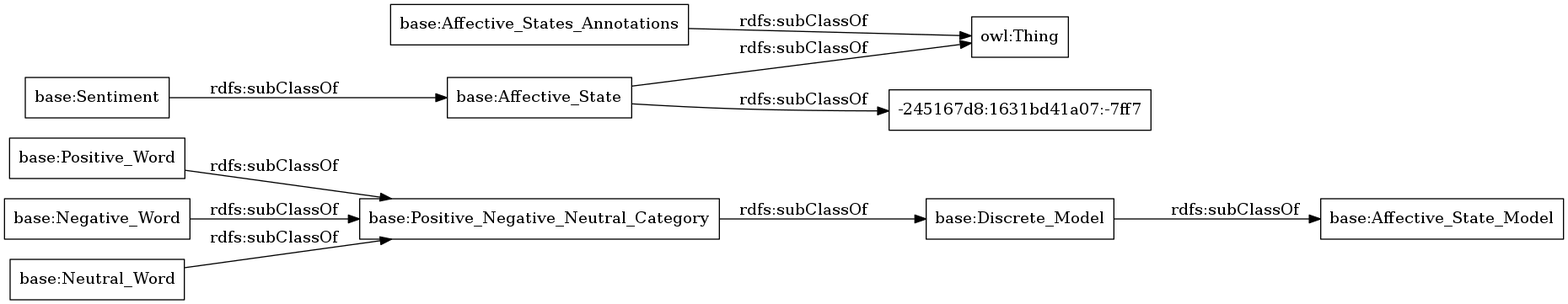
This is OnToology/Affectional.owl/diagrams/ar2dtool-taxonomy/Affectional.owl.png from rana-othman/HASIO-Modularization, a Graphviz export, as it was before one commit. Its source is kept beside it as OnToology/Affectional.owl/diagrams/ar2dtool-taxonomy/Affectional.owl.png.dot. The source it was exported from:
```dot
digraph ar2dtool_diagram {
rankdir=LR;
size="1000"
node [shape = rectangle, color="black"]; "base:Positive_Word" "-245167d8:1631bd41a07:-7ff7" "base:Discrete_Model" "base:Sentiment" "base:Affective_State_Model" "base:Positive_Negative_Neutral_Category" "base:Affective_States_Annotations" "base:Negative_Word" "base:Neutral_Word" "base:Affective_State" ; /*classes style*/
	"base:Affective_State" -> "-245167d8:1631bd41a07:-7ff7" [ label = "rdfs:subClassOf" ];
	"base:Affective_State" -> "owl:Thing" [ label = "rdfs:subClassOf" ];
	"base:Sentiment" -> "base:Affective_State" [ label = "rdfs:subClassOf" ];
	"base:Affective_States_Annotations" -> "owl:Thing" [ label = "rdfs:subClassOf" ];
	"base:Positive_Word" -> "base:Positive_Negative_Neutral_Category" [ label = "rdfs:subClassOf" ];
	"base:Negative_Word" -> "base:Positive_Negative_Neutral_Category" [ label = "rdfs:subClassOf" ];
	"base:Discrete_Model" -> "base:Affective_State_Model" [ label = "rdfs:subClassOf" ];
	"base:Positive_Negative_Neutral_Category" -> "base:Discrete_Model" [ label = "rdfs:subClassOf" ];
	"base:Neutral_Word" -> "base:Positive_Negative_Neutral_Category" [ label = "rdfs:subClassOf" ];

}
```
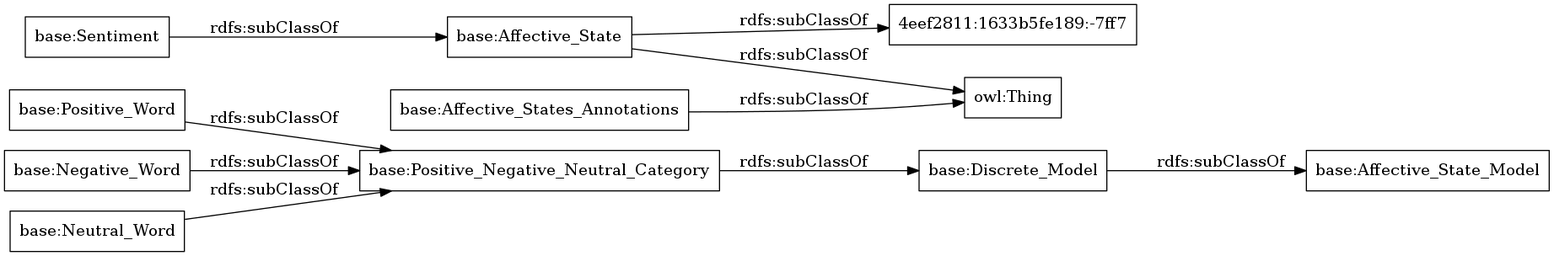
After the commit.

Change to the diagram source:
```diff
@@ -1,8 +1,8 @@
 digraph ar2dtool_diagram {
 rankdir=LR;
 size="1000"
-node [shape = rectangle, color="black"]; "base:Positive_Word" "-245167d8:1631bd41a07:-7ff7" "base:Discrete_Model" "base:Sentiment" "base:Affective_State_Model" "base:Positive_Negative_Neutral_Category" "base:Affective_States_Annotations" "base:Negative_Word" "base:Neutral_Word" "base:Affective_State" ; /*classes style*/
-	"base:Affective_State" -> "-245167d8:1631bd41a07:-7ff7" [ label = "rdfs:subClassOf" ];
+node [shape = rectangle, color="black"]; "base:Positive_Word" "base:Discrete_Model" "base:Sentiment" "base:Affective_State_Model" "base:Positive_Negative_Neutral_Category" "base:Affective_States_Annotations" "base:Negative_Word" "4eef2811:1633b5fe189:-7ff7" "base:Neutral_Word" "base:Affective_State" ; /*classes style*/
+	"base:Affective_State" -> "4eef2811:1633b5fe189:-7ff7" [ label = "rdfs:subClassOf" ];
 	"base:Affective_State" -> "owl:Thing" [ label = "rdfs:subClassOf" ];
 	"base:Sentiment" -> "base:Affective_State" [ label = "rdfs:subClassOf" ];
 	"base:Affective_States_Annotations" -> "owl:Thing" [ label = "rdfs:subClassOf" ];
```
